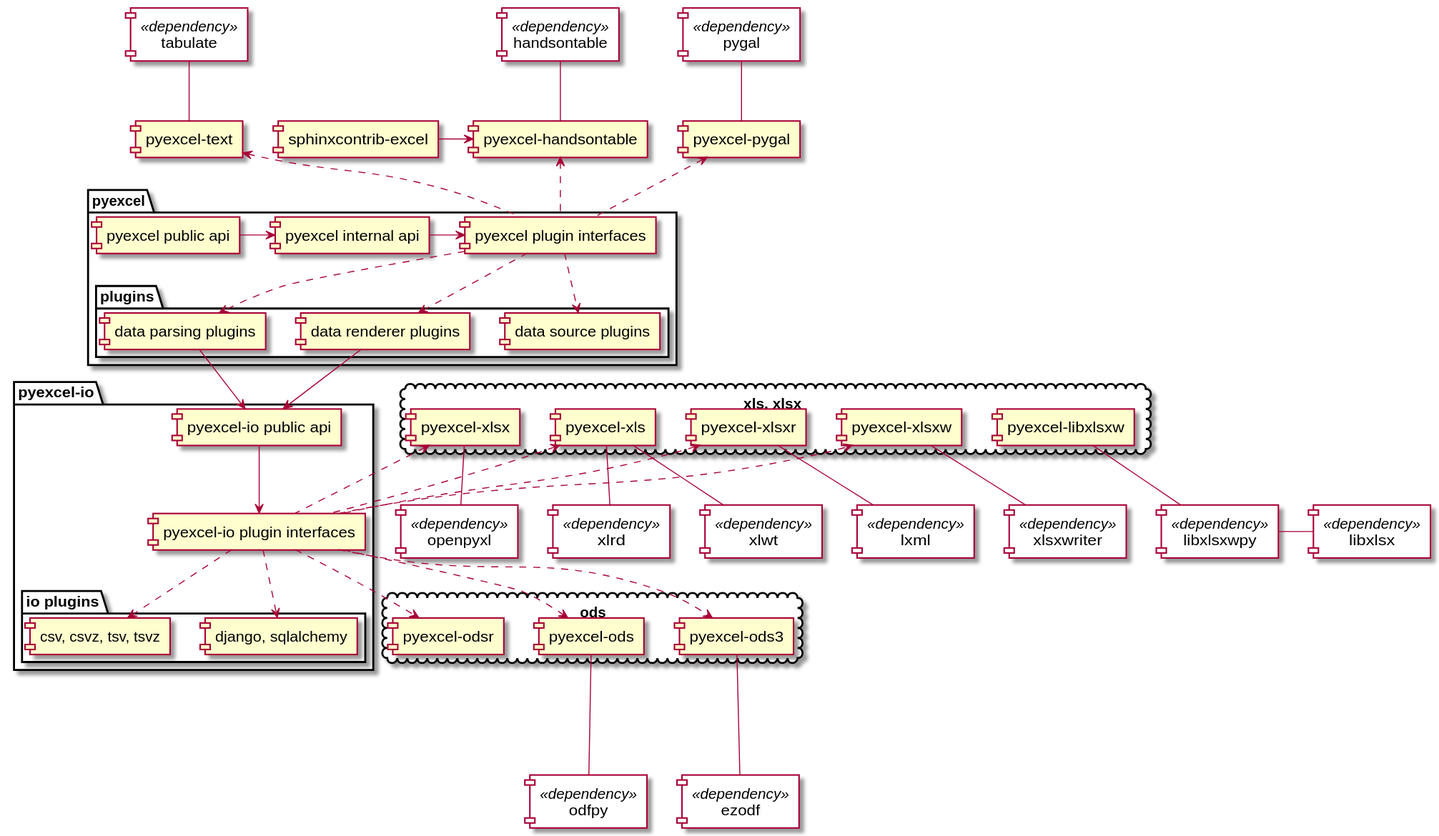
The PlantUML diagram docs/source/_static/images/architecture.svg in pyexcel/pyexcel, before a commit.
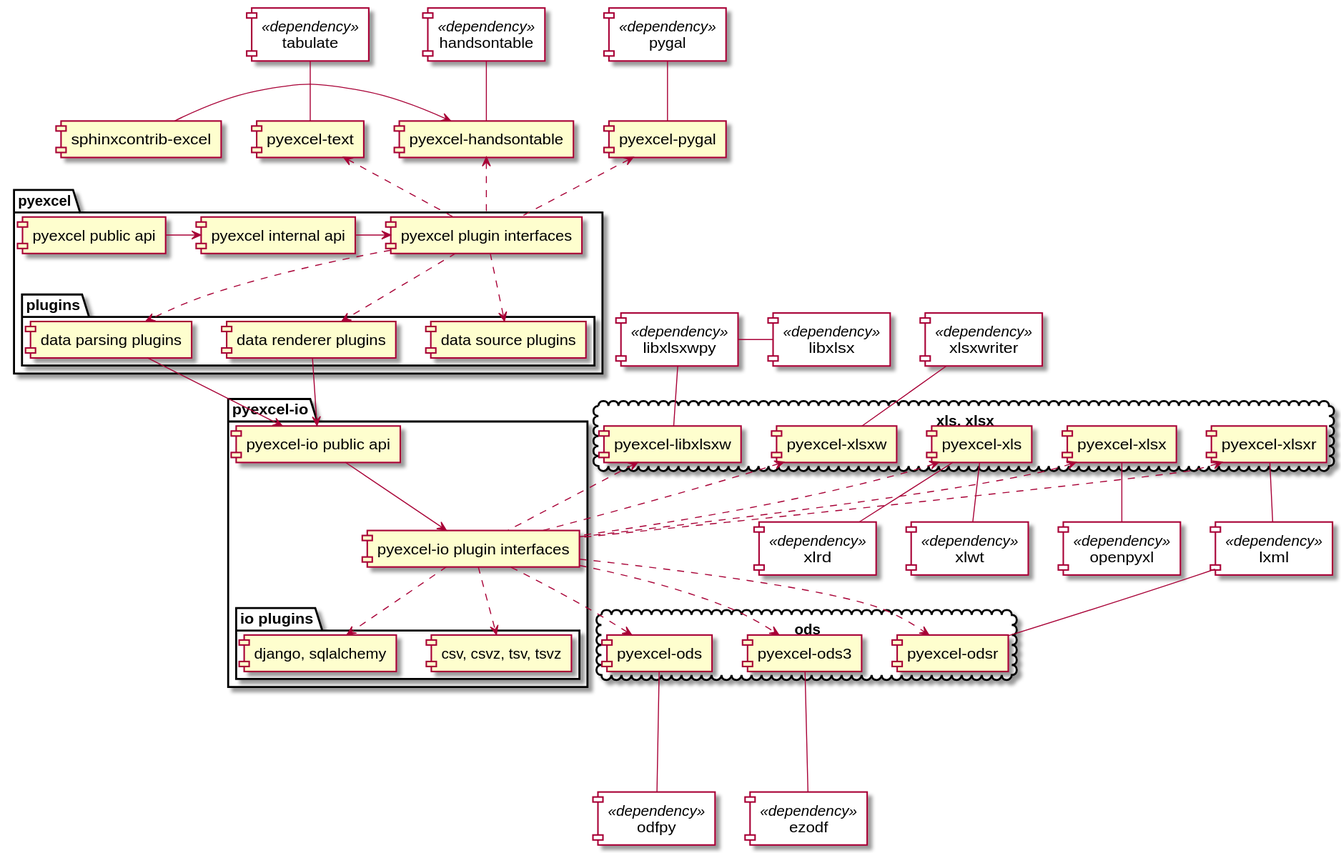
The same diagram one commit later.

Commit message:
:books: update architecture links

Diff of the diagram source:
```diff
@@ -63,12 +63,14 @@
 [pyexcel-io plugin interfaces] ..> [csv, csvz, tsv, tsvz]
 [pyexcel-io plugin interfaces] ..> [django, sqlalchemy]
 [pyexcel-io plugin interfaces] .up.> [pyexcel-xls]
+[pyexcel-io plugin interfaces] .up.> [pyexcel-xlsxw]
+[pyexcel-io plugin interfaces] .up.> [pyexcel-libxlsxw]
 [pyexcel-io plugin interfaces] .up.> [pyexcel-xlsx]
 [pyexcel-io plugin interfaces] .up.> [pyexcel-xlsxr]
 [pyexcel-io plugin interfaces] .left.> [pyexcel-ods]
 [pyexcel-io plugin interfaces] .right.> [pyexcel-ods3]
-[pyexcel-io plugin interfaces] .right.> [pyexcel-xlsxw]
 [pyexcel-io plugin interfaces] .right.> [pyexcel-odsr]
+
 
 [pyexcel-text] -up- [tabulate]
 [pyexcel-pygal] -up- [pygal]
@@ -76,12 +78,13 @@
 [pyexcel-xls] -right- [xlrd]
 [pyexcel-xls] -right- [xlwt]
 [pyexcel-xlsx] -right- [openpyxl]
-[pyexcel-xlsxw] -down- [xlsxwriter]
+[pyexcel-xlsxw] -up- [xlsxwriter]
 [pyexcel-ods3] --- [ezodf]
 [pyexcel-ods] --- [odfpy]
+[pyexcel-odsr] -up- [lxml]
 [pyexcel-xlsxr] -right- [lxml]
 [sphinxcontrib-excel] -right-> [pyexcel-handsontable]
-[pyexcel-libxlsxw] -right- [libxlsxwpy]
+[pyexcel-libxlsxw] -up- [libxlsxwpy]
 [libxlsxwpy] -right- [libxlsx]
 
 skinparam component{
```
